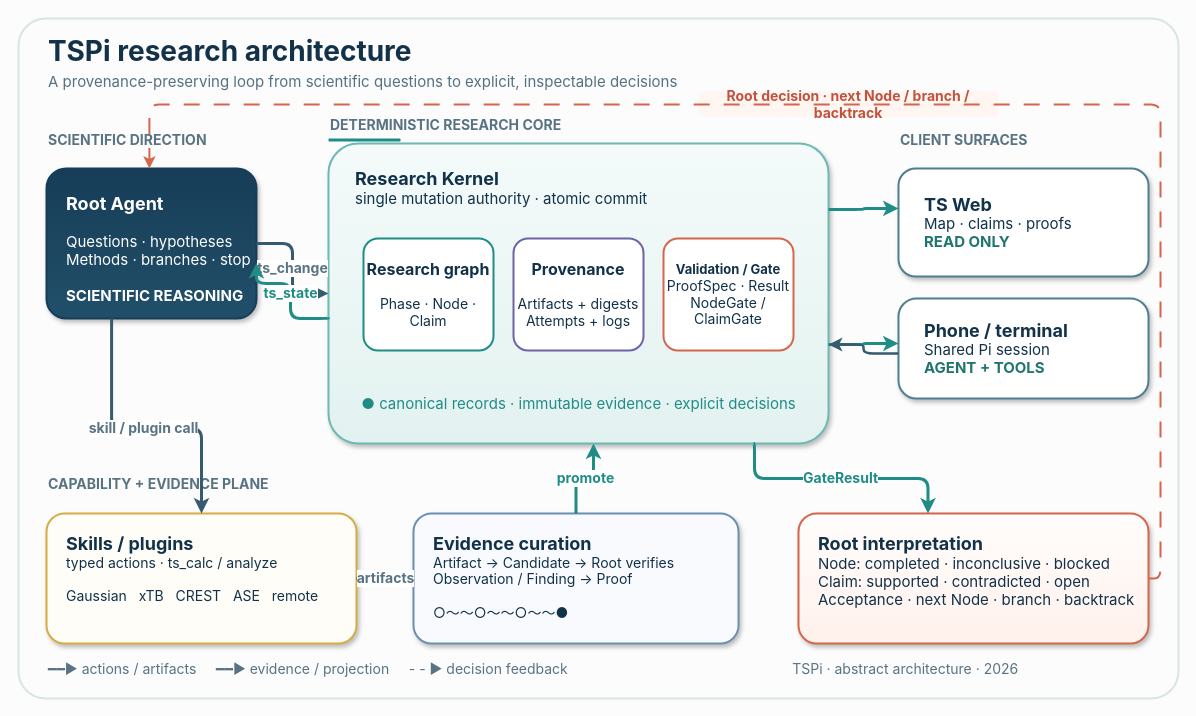
iawnix/TSPi keeps this draw.io diagram as docs/figures/tspi-research-architecture.drawio. Above is the earlier version. Source tidied: cells renumbered, new cells numbered last; positions are measured from the earlier drawing's top-left corner, leaving out a move shared by most shapes. Both pictures are drawn from the tidied source at 100%, with x=0, y=0 at pixel (18, 18).
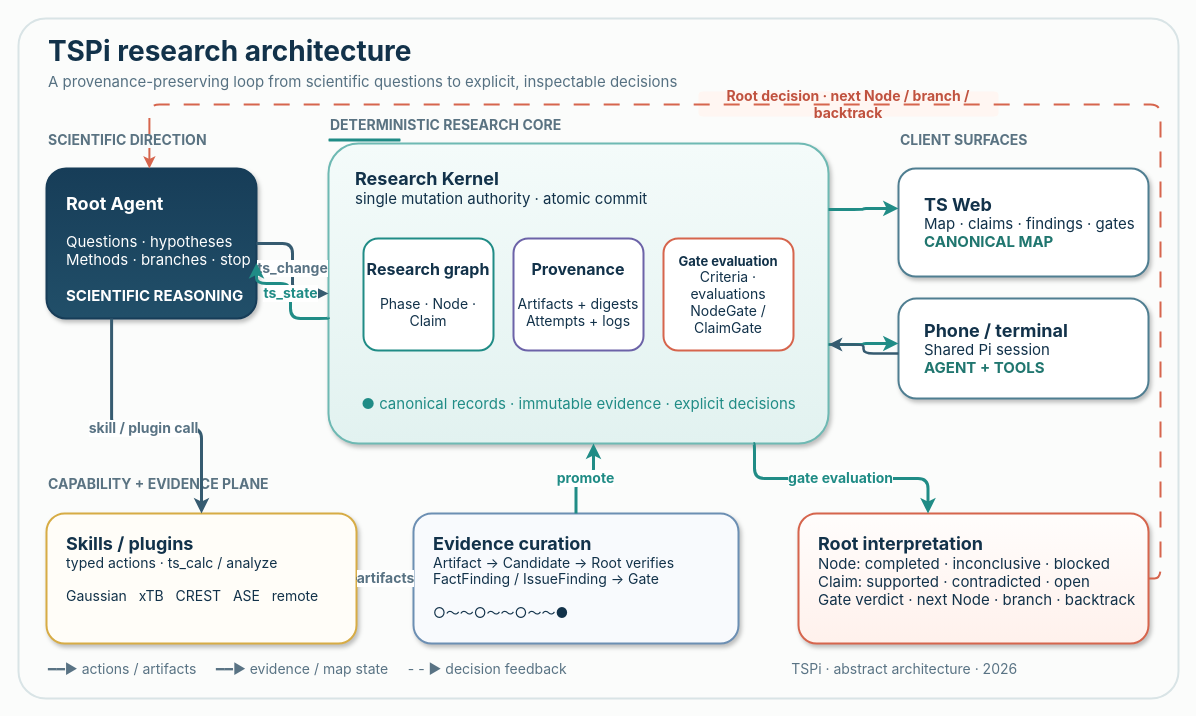
The same diagram, later.

The change refers to these unchanged cells:
```xml
<mxCell id="12" value="&lt;b style='font-size:18px'&gt;Research Kernel&lt;/b&gt;&lt;br&gt;single mutation authority · atomic commit" style="rounded=1;whiteSpace=wrap;html=1;fillColor=#E2F2F0;gradientColor=#F4FBFA;gradientDirection=north;strokeColor=#6EB9B3;strokeWidth=2;fontColor=#12324A;fontSize=15;fontFamily=Inter;align=left;verticalAlign=top;spacingLeft=25;spacingTop=18;arcSize=10;shadow=1;" parent="1" vertex="1">
  <mxGeometry x="310" y="125" width="500" height="300" as="geometry" />
</mxCell>
```

What changed in the source:
```diff
@@
-    <mxCell id="15" value="&lt;b style='font-size:13px'&gt;Validation / Gate&lt;/b&gt;&lt;br&gt;ProofSpec · Result&lt;br&gt;NodeGate / ClaimGate" style="rounded=1;whiteSpace=wrap;html=1;fillColor=#FFFFFF;strokeColor=#D6654D;strokeWidth=2;fontColor=#12324A;fontSize=14;fontFamily=Inter;align=center;verticalAlign=middle;arcSize=13;" parent="1" vertex="1">
+    <mxCell id="15" value="&lt;b style='font-size:13px'&gt;Gate evaluation&lt;/b&gt;&lt;br&gt;Criteria · evaluations&lt;br&gt;NodeGate / ClaimGate" style="rounded=1;whiteSpace=wrap;html=1;fillColor=#FFFFFF;strokeColor=#D6654D;strokeWidth=2;fontColor=#12324A;fontSize=14;fontFamily=Inter;align=center;verticalAlign=middle;arcSize=13;" parent="1" vertex="1">
       <mxGeometry x="645" y="220" width="130" height="112" as="geometry" />
     </mxCell>
@@
-    <mxCell id="17" value="&lt;b style='font-size:18px'&gt;TS Web&lt;/b&gt;&lt;br&gt;Map · claims · proofs&lt;br&gt;&lt;b style='color:#20766F'&gt;READ ONLY&lt;/b&gt;" style="rounded=1;whiteSpace=wrap;html=1;fillColor=#FFFFFF;strokeColor=#4F7E91;strokeWidth=2;fontColor=#12324A;fontSize=15;fontFamily=Inter;align=left;verticalAlign=middle;spacingLeft=24;arcSize=16;shadow=1;" parent="1" vertex="1">
+    <mxCell id="17" value="&lt;b style='font-size:18px'&gt;TS Web&lt;/b&gt;&lt;br&gt;Map · claims · findings · gates&lt;br&gt;&lt;b style='color:#20766F'&gt;CANONICAL MAP&lt;/b&gt;" style="rounded=1;whiteSpace=wrap;html=1;fillColor=#FFFFFF;strokeColor=#4F7E91;strokeWidth=2;fontColor=#12324A;fontSize=15;fontFamily=Inter;align=left;verticalAlign=middle;spacingLeft=24;arcSize=16;shadow=1;" parent="1" vertex="1">
       <mxGeometry x="880" y="150" width="250" height="108" as="geometry" />
     </mxCell>
@@
-    <mxCell id="20" value="&lt;b style='font-size:18px'&gt;Evidence curation&lt;/b&gt;&lt;br&gt;Artifact → Candidate → Root verifies&lt;br&gt;Observation / Finding → Proof&lt;br&gt;&lt;br&gt;○～～○～～○～～●" style="rounded=1;whiteSpace=wrap;html=1;fillColor=#F8FAFD;strokeColor=#6C8FB3;strokeWidth=2;fontColor=#12324A;fontSize=14;fontFamily=Inter;align=left;verticalAlign=top;spacingLeft=18;spacingTop=13;arcSize=14;shadow=1;" parent="1" vertex="1">
+    <mxCell id="20" value="&lt;b style='font-size:18px'&gt;Evidence curation&lt;/b&gt;&lt;br&gt;Artifact → Candidate → Root verifies&lt;br&gt;FactFinding / IssueFinding → Gate&lt;br&gt;&lt;br&gt;○～～○～～○～～●" style="rounded=1;whiteSpace=wrap;html=1;fillColor=#F8FAFD;strokeColor=#6C8FB3;strokeWidth=2;fontColor=#12324A;fontSize=14;fontFamily=Inter;align=left;verticalAlign=top;spacingLeft=18;spacingTop=13;arcSize=14;shadow=1;" parent="1" vertex="1">
       <mxGeometry x="395" y="495" width="325" height="130" as="geometry" />
     </mxCell>
-    <mxCell id="21" value="&lt;b style='font-size:18px'&gt;Root interpretation&lt;/b&gt;&lt;br&gt;Node: completed · inconclusive · blocked&lt;br&gt;Claim: supported · contradicted · open&lt;br&gt;Acceptance · next Node · branch · backtrack" style="rounded=1;whiteSpace=wrap;html=1;fillColor=#FFF1EC;gradientColor=#FFFDFC;gradientDirection=north;strokeColor=#D6654D;strokeWidth=2;fontColor=#12324A;fontSize=15;fontFamily=Inter;align=left;verticalAlign=top;spacingLeft=18;spacingTop=13;arcSize=14;shadow=1;" parent="1" vertex="1">
+    <mxCell id="21" value="&lt;b style='font-size:18px'&gt;Root interpretation&lt;/b&gt;&lt;br&gt;Node: completed · inconclusive · blocked&lt;br&gt;Claim: supported · contradicted · open&lt;br&gt;Gate verdict · next Node · branch · backtrack" style="rounded=1;whiteSpace=wrap;html=1;fillColor=#FFF1EC;gradientColor=#FFFDFC;gradientDirection=north;strokeColor=#D6654D;strokeWidth=2;fontColor=#12324A;fontSize=15;fontFamily=Inter;align=left;verticalAlign=top;spacingLeft=18;spacingTop=13;arcSize=14;shadow=1;" parent="1" vertex="1">
       <mxGeometry x="780" y="495" width="350" height="130" as="geometry" />
     </mxCell>
@@
-    <mxCell id="26" value="GateResult" style="edgeStyle=orthogonalEdgeStyle;rounded=1;html=1;strokeColor=#208C86;strokeWidth=3;endArrow=classic;endFill=1;fontColor=#208C86;fontSize=14;fontStyle=1;fontFamily=Inter;exitX=0.85;exitY=1;entryX=0.37;entryY=0;" parent="1" edge="1" source="12" target="21">
+    <mxCell id="26" value="gate evaluation" style="edgeStyle=orthogonalEdgeStyle;rounded=1;html=1;strokeColor=#208C86;strokeWidth=3;endArrow=classic;endFill=1;fontColor=#208C86;fontSize=14;fontStyle=1;fontFamily=Inter;exitX=0.85;exitY=1;entryX=0.37;entryY=0;" parent="1" edge="1" source="12" target="21">
       <mxGeometry relative="1" as="geometry">
         <Array as="points">
           <mxPoint x="736" y="460" />
           <mxPoint x="910" y="460" />
         </Array>
       </mxGeometry>
     </mxCell>
@@
-    <mxCell id="32" value="━━▶ actions / artifacts     ━━▶ evidence / projection     - - ▶ decision feedback                                                         TSPi · abstract architecture · 2026" style="text;html=1;strokeColor=none;fillColor=none;align=left;verticalAlign=middle;fontColor=#597384;fontSize=14;fontFamily=Inter;" parent="1" vertex="1">
+    <mxCell id="32" value="━━▶ actions / artifacts     ━━▶ evidence / map state     - - ▶ decision feedback                                                         TSPi · abstract architecture · 2026" style="text;html=1;strokeColor=none;fillColor=none;align=left;verticalAlign=middle;fontColor=#597384;fontSize=14;fontFamily=Inter;" parent="1" vertex="1">
       <mxGeometry x="28" y="637" width="1102" height="28" as="geometry" />
     </mxCell>
```
